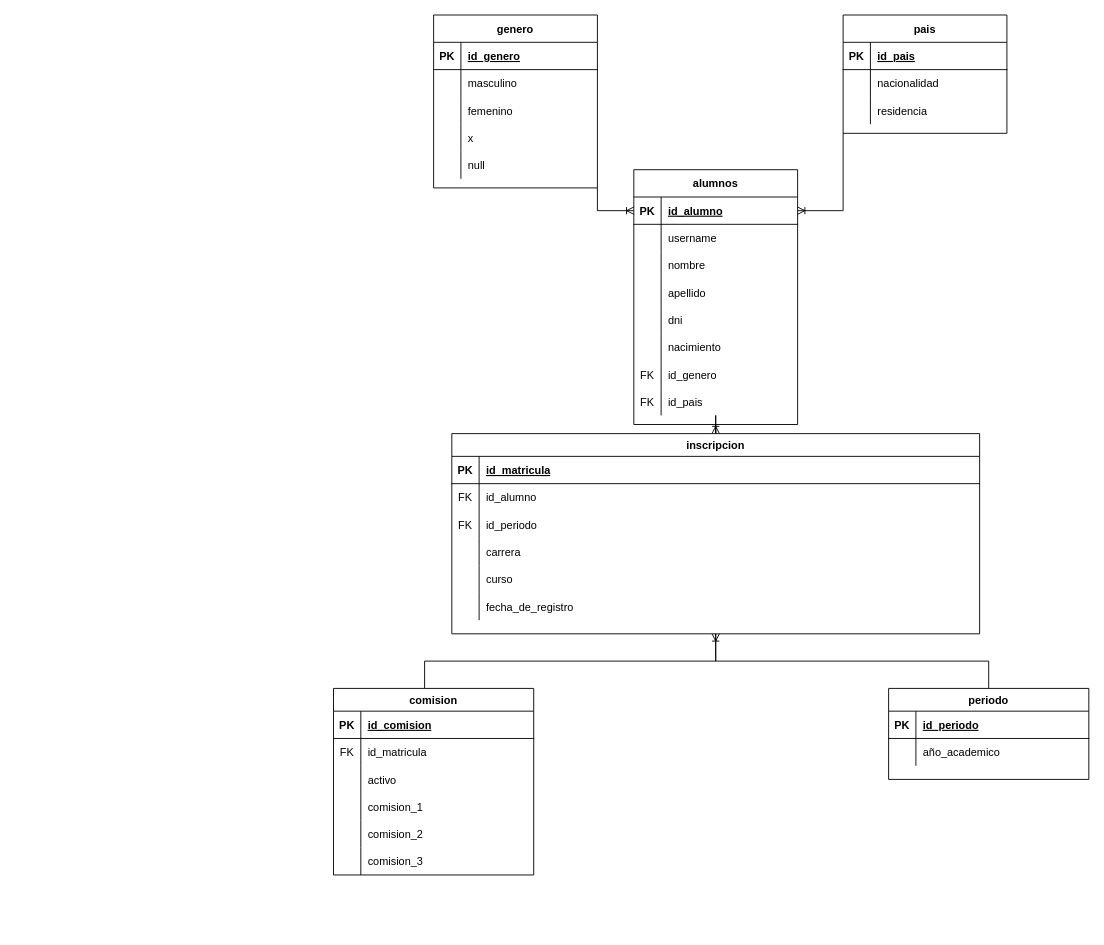
Before: Diagrama-04.drawio in arcv1337/arcv1337, a draw.io diagram. Source tidied: cells renumbered, new cells numbered last; positions are measured from the earlier drawing's top-left corner, leaving out a move shared by most shapes. Both pictures are drawn from the tidied source at 91%, with x=0, y=0 at pixel (333, 15).
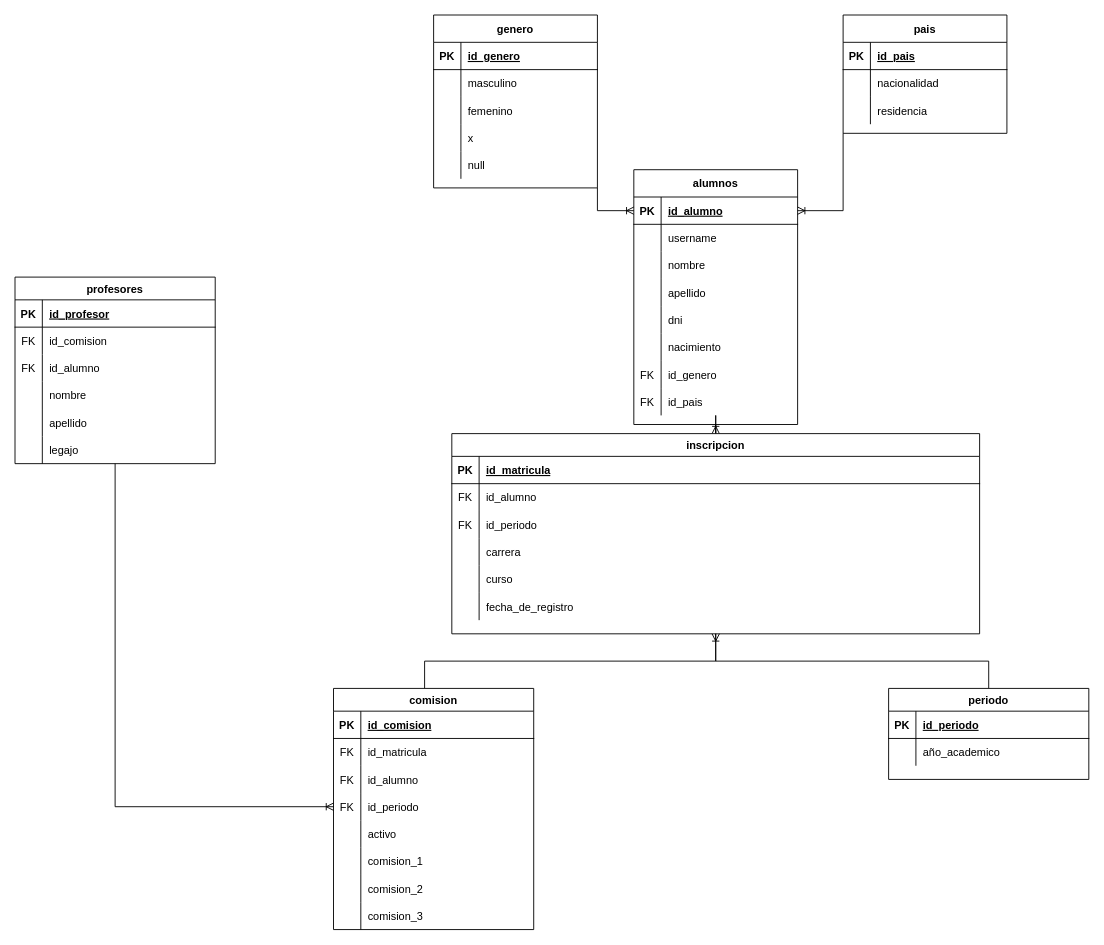
After the change.

The edit, as a diff of the source:
```diff
@@
     <mxCell id="84" value="comision" style="shape=table;startSize=25;childLayout=tableLayout;rowLines=0;fontStyle=1;align=center;" parent="1" vertex="1">
-      <mxGeometry y="740" width="220" height="205" as="geometry" />
+      <mxGeometry y="740" width="220" height="265" as="geometry" />
     </mxCell>
@@
+    <mxCell id="103" style="shape=tableRow;horizontal=0;startSize=0;swimlaneHead=0;swimlaneBody=0;fillColor=none;top=0;left=0;right=0;bottom=0;" parent="84" vertex="1">
+      <mxGeometry y="85" width="220" height="30" as="geometry" />
+    </mxCell>
+    <mxCell id="104" value="FK" style="shape=partialRectangle;fillColor=none;top=0;left=0;bottom=0;right=0;overflow=hidden;" parent="103" vertex="1">
+      <mxGeometry width="30" height="30" as="geometry" />
+    </mxCell>
+    <mxCell id="105" value="id_alumno" style="shape=partialRectangle;fillColor=none;top=0;left=0;bottom=0;right=0;align=left;spacingLeft=6;overflow=hidden;" parent="103" vertex="1">
+      <mxGeometry x="30" width="190" height="30" as="geometry" />
+    </mxCell>
+    <mxCell id="106" style="shape=tableRow;horizontal=0;startSize=0;swimlaneHead=0;swimlaneBody=0;fillColor=none;points=[[0,0.5],[1,0.5]];portConstraint=eastwest;top=0;left=0;right=0;bottom=0;" parent="84" vertex="1">
+      <mxGeometry y="115" width="220" height="30" as="geometry" />
+    </mxCell>
+    <mxCell id="107" value="FK" style="shape=partialRectangle;fillColor=none;top=0;left=0;bottom=0;right=0;overflow=hidden;" parent="106" vertex="1">
+      <mxGeometry width="30" height="30" as="geometry" />
+    </mxCell>
+    <mxCell id="108" value="id_periodo" style="shape=partialRectangle;fillColor=none;top=0;left=0;bottom=0;right=0;align=left;spacingLeft=6;overflow=hidden;" parent="106" vertex="1">
+      <mxGeometry x="30" width="190" height="30" as="geometry" />
+    </mxCell>
     <mxCell id="91" style="shape=tableRow;horizontal=0;startSize=0;swimlaneHead=0;swimlaneBody=0;fillColor=none;top=0;left=0;right=0;bottom=0;" parent="84" vertex="1">
-      <mxGeometry y="85" width="220" height="30" as="geometry" />
+      <mxGeometry y="145" width="220" height="30" as="geometry" />
     </mxCell>
@@
     <mxCell id="94" style="shape=tableRow;horizontal=0;startSize=0;swimlaneHead=0;swimlaneBody=0;fillColor=none;top=0;left=0;right=0;bottom=0;" parent="84" vertex="1">
-      <mxGeometry y="115" width="220" height="30" as="geometry" />
+      <mxGeometry y="175" width="220" height="30" as="geometry" />
     </mxCell>
@@
     <mxCell id="97" style="shape=tableRow;horizontal=0;startSize=0;swimlaneHead=0;swimlaneBody=0;fillColor=none;top=0;left=0;right=0;bottom=0;" parent="84" vertex="1">
-      <mxGeometry y="145" width="220" height="30" as="geometry" />
+      <mxGeometry y="205" width="220" height="30" as="geometry" />
     </mxCell>
@@
     <mxCell id="100" style="shape=tableRow;horizontal=0;startSize=0;swimlaneHead=0;swimlaneBody=0;fillColor=none;top=0;left=0;right=0;bottom=0;" parent="84" vertex="1">
-      <mxGeometry y="175" width="220" height="30" as="geometry" />
+      <mxGeometry y="235" width="220" height="30" as="geometry" />
     </mxCell>
@@
+    <mxCell id="109" value="profesores" style="shape=table;startSize=25;childLayout=tableLayout;rowLines=0;fontStyle=1;align=center;" parent="1" vertex="1">
+      <mxGeometry x="-350" y="288" width="220" height="205" as="geometry" />
+    </mxCell>
+    <mxCell id="110" style="shape=tableRow;horizontal=0;startSize=0;swimlaneHead=0;swimlaneBody=0;fillColor=none;top=0;left=0;right=0;bottom=1;" parent="109" vertex="1">
+      <mxGeometry y="25" width="220" height="30" as="geometry" />
+    </mxCell>
+    <mxCell id="111" value="PK" style="shape=partialRectangle;fillColor=none;top=0;left=0;bottom=0;right=0;fontStyle=1;overflow=hidden;" parent="110" vertex="1">
+      <mxGeometry width="30" height="30" as="geometry" />
+    </mxCell>
+    <mxCell id="112" value="id_profesor" style="shape=partialRectangle;fillColor=none;top=0;left=0;bottom=0;right=0;align=left;spacingLeft=6;fontStyle=5;overflow=hidden;" parent="110" vertex="1">
+      <mxGeometry x="30" width="190" height="30" as="geometry" />
+    </mxCell>
+    <mxCell id="113" style="shape=tableRow;horizontal=0;startSize=0;swimlaneHead=0;swimlaneBody=0;fillColor=none;top=0;left=0;right=0;bottom=0;" parent="109" vertex="1">
+      <mxGeometry y="55" width="220" height="30" as="geometry" />
+    </mxCell>
+    <mxCell id="114" value="FK" style="shape=partialRectangle;fillColor=none;top=0;left=0;bottom=0;right=0;overflow=hidden;" parent="113" vertex="1">
+      <mxGeometry width="30" height="30" as="geometry" />
+    </mxCell>
+    <mxCell id="115" value="id_comision" style="shape=partialRectangle;fillColor=none;top=0;left=0;bottom=0;right=0;align=left;spacingLeft=6;overflow=hidden;" parent="113" vertex="1">
+      <mxGeometry x="30" width="190" height="30" as="geometry" />
+    </mxCell>
+    <mxCell id="116" style="shape=tableRow;horizontal=0;startSize=0;swimlaneHead=0;swimlaneBody=0;fillColor=none;top=0;left=0;right=0;bottom=0;" parent="109" vertex="1">
+      <mxGeometry y="85" width="220" height="30" as="geometry" />
+    </mxCell>
+    <mxCell id="117" value="FK" style="shape=partialRectangle;fillColor=none;top=0;left=0;bottom=0;right=0;overflow=hidden;" parent="116" vertex="1">
+      <mxGeometry width="30" height="30" as="geometry" />
+    </mxCell>
+    <mxCell id="118" value="id_alumno" style="shape=partialRectangle;fillColor=none;top=0;left=0;bottom=0;right=0;align=left;spacingLeft=6;overflow=hidden;" parent="116" vertex="1">
+      <mxGeometry x="30" width="190" height="30" as="geometry" />
+    </mxCell>
+    <mxCell id="119" style="shape=tableRow;horizontal=0;startSize=0;swimlaneHead=0;swimlaneBody=0;fillColor=none;top=0;left=0;right=0;bottom=0;" parent="109" vertex="1">
+      <mxGeometry y="115" width="220" height="30" as="geometry" />
+    </mxCell>
+    <mxCell id="120" style="shape=partialRectangle;fillColor=none;top=0;left=0;bottom=0;right=0;overflow=hidden;" parent="119" vertex="1">
+      <mxGeometry width="30" height="30" as="geometry" />
+    </mxCell>
+    <mxCell id="121" value="nombre" style="shape=partialRectangle;fillColor=none;top=0;left=0;bottom=0;right=0;align=left;spacingLeft=6;overflow=hidden;" parent="119" vertex="1">
+      <mxGeometry x="30" width="190" height="30" as="geometry" />
+    </mxCell>
+    <mxCell id="122" style="shape=tableRow;horizontal=0;startSize=0;swimlaneHead=0;swimlaneBody=0;fillColor=none;top=0;left=0;right=0;bottom=0;" parent="109" vertex="1">
+      <mxGeometry y="145" width="220" height="30" as="geometry" />
+    </mxCell>
+    <mxCell id="123" style="shape=partialRectangle;fillColor=none;top=0;left=0;bottom=0;right=0;overflow=hidden;" parent="122" vertex="1">
+      <mxGeometry width="30" height="30" as="geometry" />
+    </mxCell>
+    <mxCell id="124" value="apellido" style="shape=partialRectangle;fillColor=none;top=0;left=0;bottom=0;right=0;align=left;spacingLeft=6;overflow=hidden;" parent="122" vertex="1">
+      <mxGeometry x="30" width="190" height="30" as="geometry" />
+    </mxCell>
+    <mxCell id="125" style="shape=tableRow;horizontal=0;startSize=0;swimlaneHead=0;swimlaneBody=0;fillColor=none;top=0;left=0;right=0;bottom=0;" parent="109" vertex="1">
+      <mxGeometry y="175" width="220" height="30" as="geometry" />
+    </mxCell>
+    <mxCell id="126" style="shape=partialRectangle;fillColor=none;top=0;left=0;bottom=0;right=0;overflow=hidden;" parent="125" vertex="1">
+      <mxGeometry width="30" height="30" as="geometry" />
+    </mxCell>
+    <mxCell id="127" value="legajo" style="shape=partialRectangle;fillColor=none;top=0;left=0;bottom=0;right=0;align=left;spacingLeft=6;overflow=hidden;" parent="125" vertex="1">
+      <mxGeometry x="30" width="190" height="30" as="geometry" />
+    </mxCell>
+    <mxCell id="128" style="edgeStyle=orthogonalEdgeStyle;rounded=0;jettySize=auto;html=1;exitX=0;exitY=0.5;exitDx=0;exitDy=0;endArrow=none;endFill=0;startArrow=ERoneToMany;startFill=0;" parent="1" edge="1" source="106" target="109">
+      <mxGeometry relative="1" as="geometry" />
+    </mxCell>
```
